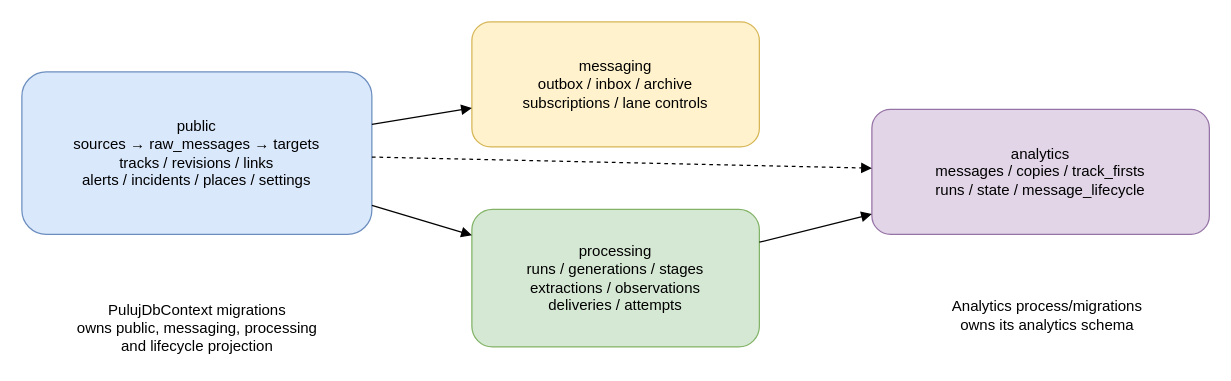
sql-monk/Puluj-g keeps this draw.io diagram as docs/diagrams/database-ownership.drawio. Above is the earlier version. Source tidied: cells renumbered, new cells numbered last; positions are measured from the earlier drawing's top-left corner, leaving out a move shared by most shapes. Both pictures are drawn from the tidied source at 125%, with x=0, y=0 at pixel (21, 21).
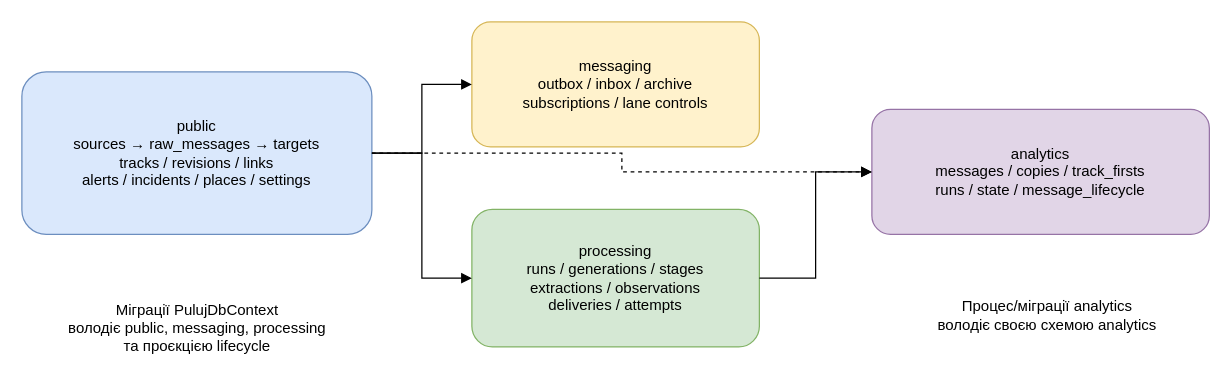
Above is the later version.

What changed in the source:
```diff
@@
 <mxGraphModel>
   <root>
     <mxCell id="0" />
     <mxCell id="1" parent="0" />
     <mxCell id="2" value="public&#10;sources → raw_messages → targets&#10;tracks / revisions / links&#10;alerts / incidents / places / settings" style="rounded=1;whiteSpace=wrap;html=1;fillColor=#dae8fc;strokeColor=#6c8ebf;" parent="1" vertex="1">
       <mxGeometry y="40" width="280" height="130" as="geometry" />
     </mxCell>
     <mxCell id="3" value="messaging&#10;outbox / inbox / archive&#10;subscriptions / lane controls" style="rounded=1;whiteSpace=wrap;html=1;fillColor=#fff2cc;strokeColor=#d6b656;" parent="1" vertex="1">
       <mxGeometry x="360" width="230" height="100" as="geometry" />
     </mxCell>
     <mxCell id="4" value="processing&#10;runs / generations / stages&#10;extractions / observations&#10;deliveries / attempts" style="rounded=1;whiteSpace=wrap;html=1;fillColor=#d5e8d4;strokeColor=#82b366;" parent="1" vertex="1">
       <mxGeometry x="360" y="150" width="230" height="110" as="geometry" />
     </mxCell>
     <mxCell id="5" value="analytics&#10;messages / copies / track_firsts&#10;runs / state / message_lifecycle" style="rounded=1;whiteSpace=wrap;html=1;fillColor=#e1d5e7;strokeColor=#9673a6;" parent="1" vertex="1">
       <mxGeometry x="680" y="70" width="270" height="100" as="geometry" />
     </mxCell>
-    <mxCell id="6" value="PulujDbContext migrations&#10;owns public, messaging, processing&#10;and lifecycle projection" style="text;html=1;align=center;verticalAlign=middle;" parent="1" vertex="1">
+    <mxCell id="6" value="Міграції PulujDbContext&#10;володіє public, messaging, processing&#10;та проєкцією lifecycle" style="text;html=1;align=center;verticalAlign=middle;" parent="1" vertex="1">
       <mxGeometry x="20" y="220" width="240" height="50" as="geometry" />
     </mxCell>
-    <mxCell id="7" value="Analytics process/migrations&#10;owns its analytics schema" style="text;html=1;align=center;verticalAlign=middle;" parent="1" vertex="1">
+    <mxCell id="7" value="Процес/міграції analytics&#10;володіє своєю схемою analytics" style="text;html=1;align=center;verticalAlign=middle;" parent="1" vertex="1">
       <mxGeometry x="700" y="210" width="240" height="50" as="geometry" />
     </mxCell>
-    <mxCell id="8" style="endArrow=block;html=1;" parent="1" edge="1" source="2" target="3">
+    <mxCell id="8" style="edgeStyle=orthogonalEdgeStyle;rounded=0;endArrow=block;html=1;" parent="1" edge="1" source="2" target="3">
       <mxGeometry relative="1" as="geometry" />
     </mxCell>
-    <mxCell id="9" style="endArrow=block;html=1;" parent="1" edge="1" source="2" target="4">
+    <mxCell id="9" style="edgeStyle=orthogonalEdgeStyle;rounded=0;endArrow=block;html=1;" parent="1" edge="1" source="2" target="4">
       <mxGeometry relative="1" as="geometry" />
     </mxCell>
-    <mxCell id="10" style="endArrow=block;html=1;" parent="1" edge="1" source="4" target="5">
+    <mxCell id="10" style="edgeStyle=orthogonalEdgeStyle;rounded=0;endArrow=block;html=1;" parent="1" edge="1" source="4" target="5">
       <mxGeometry relative="1" as="geometry" />
     </mxCell>
-    <mxCell id="11" style="endArrow=block;html=1;dashed=1;" parent="1" edge="1" source="2" target="5">
+    <mxCell id="11" style="edgeStyle=orthogonalEdgeStyle;rounded=0;endArrow=block;html=1;dashed=1;" parent="1" edge="1" source="2" target="5">
       <mxGeometry relative="1" as="geometry" />
     </mxCell>
   </root>
 </mxGraphModel>
```
